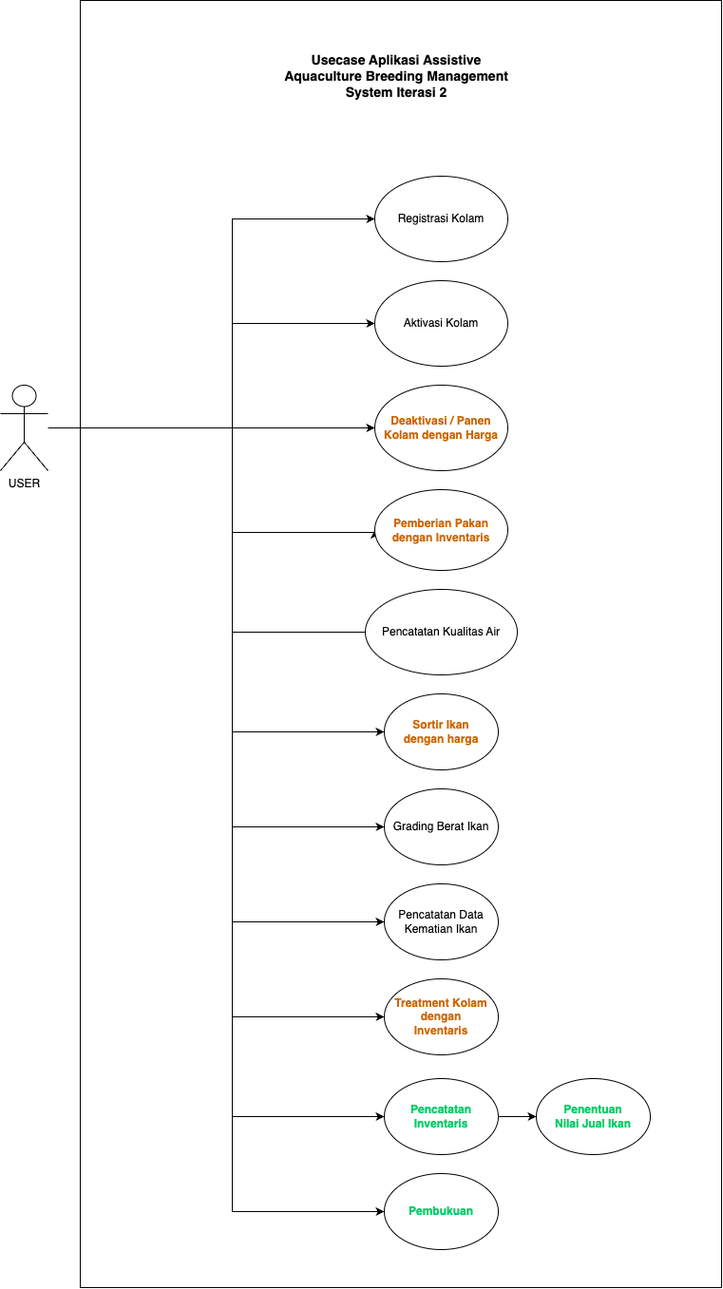
This is gambar/usecase_iterasi_2.png from MauL08/MyThesis, a draw.io export, as it was before one commit. Source tidied: cells renumbered, new cells last; positions are measured from the earlier drawing's top-left corner, leaving out a move shared by most shapes.
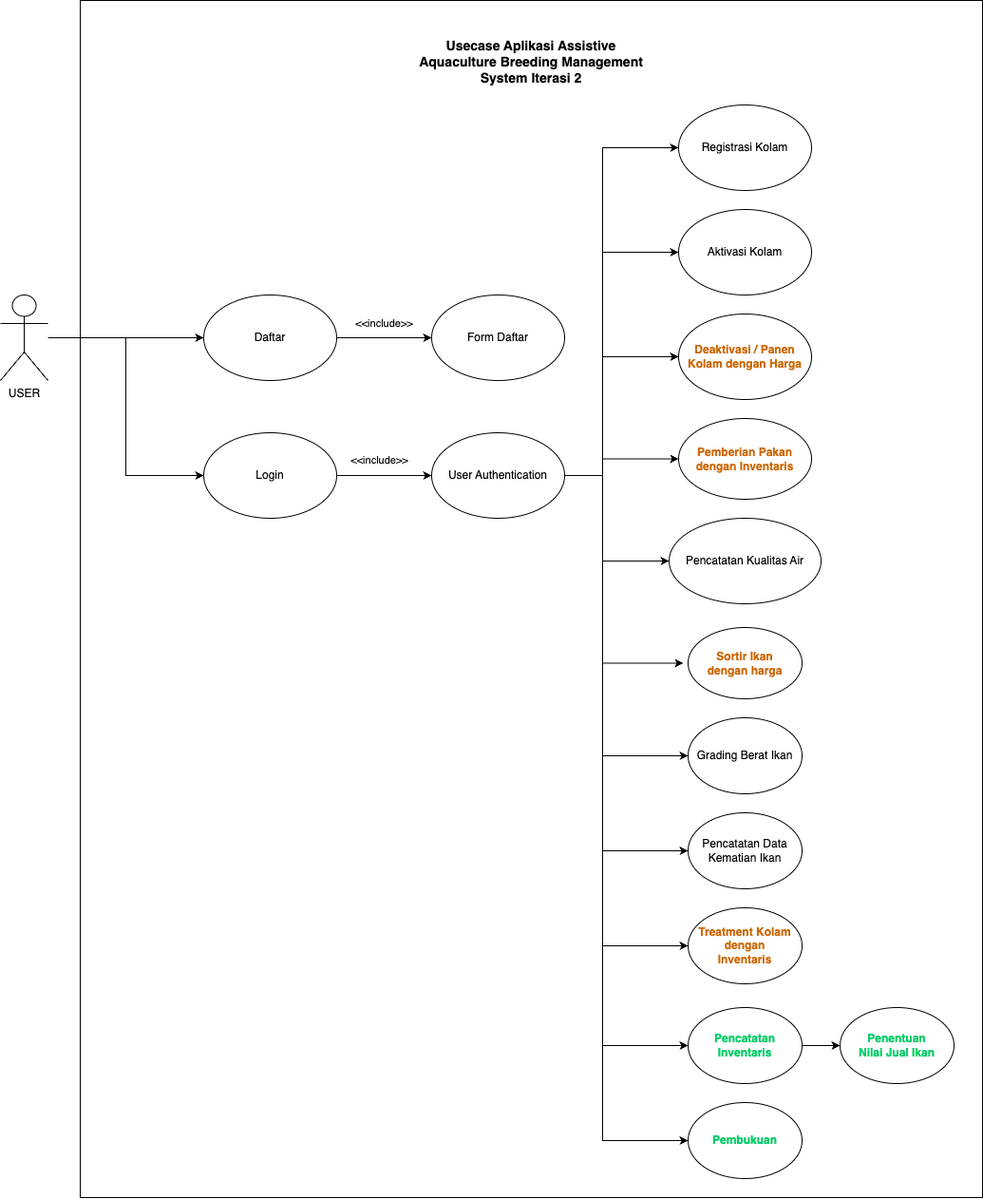
Above is the later version.

Commit message:
update use case

What changed in the source:
```diff
@@ -3,102 +3,17 @@
     <mxCell id="0" />
     <mxCell id="1" parent="0" />
     <mxCell id="2" style="rounded=0;whiteSpace=wrap;html=1;" parent="1" vertex="1">
-      <mxGeometry x="84" width="675" height="1355" as="geometry" />
+      <mxGeometry x="-236" y="75" width="950" height="1260" as="geometry" />
     </mxCell>
-    <mxCell id="3" style="edgeStyle=orthogonalEdgeStyle;rounded=0;jettySize=auto;html=1;entryX=0;entryY=0.5;entryDx=0;entryDy=0;" parent="1" edge="1" source="7" target="23">
-      <mxGeometry relative="1" as="geometry">
-        <Array as="points">
-          <mxPoint x="244" y="450" />
-          <mxPoint x="244" y="1175" />
-        </Array>
-      </mxGeometry>
-    </mxCell>
-    <mxCell id="4" style="edgeStyle=orthogonalEdgeStyle;rounded=0;jettySize=auto;html=1;entryX=0;entryY=0.5;entryDx=0;entryDy=0;" parent="1" edge="1" source="7" target="25">
-      <mxGeometry relative="1" as="geometry">
-        <Array as="points">
-          <mxPoint x="244" y="450" />
-          <mxPoint x="244" y="340" />
-        </Array>
-      </mxGeometry>
-    </mxCell>
-    <mxCell id="5" style="edgeStyle=orthogonalEdgeStyle;rounded=0;jettySize=auto;html=1;entryX=0;entryY=0.5;entryDx=0;entryDy=0;" parent="1" edge="1" source="7" target="26">
-      <mxGeometry relative="1" as="geometry">
-        <Array as="points">
-          <mxPoint x="244" y="450" />
-          <mxPoint x="244" y="230" />
-        </Array>
-      </mxGeometry>
-    </mxCell>
-    <mxCell id="6" style="edgeStyle=orthogonalEdgeStyle;rounded=0;jettySize=auto;html=1;entryX=0;entryY=0.5;entryDx=0;entryDy=0;" parent="1" edge="1" source="7" target="27">
-      <mxGeometry relative="1" as="geometry">
-        <Array as="points">
-          <mxPoint x="244" y="450" />
-          <mxPoint x="244" y="1275" />
-        </Array>
-      </mxGeometry>
-    </mxCell>
+    <mxCell id="29" style="edgeStyle=orthogonalEdgeStyle;rounded=0;jettySize=auto;html=1;" parent="1" edge="1" source="7" target="44">
+      <mxGeometry relative="1" as="geometry" />
+    </mxCell>
+    <mxCell id="30" style="edgeStyle=orthogonalEdgeStyle;rounded=0;jettySize=auto;html=1;entryX=0;entryY=0.5;entryDx=0;entryDy=0;" parent="1" edge="1" source="7" target="48">
+      <mxGeometry relative="1" as="geometry" />
+    </mxCell>
     <mxCell id="7" value="USER" style="shape=umlActor;verticalLabelPosition=bottom;verticalAlign=top;html=1;outlineConnect=0;" parent="1" vertex="1">
-      <mxGeometry y="405" width="50" height="90" as="geometry" />
+      <mxGeometry x="-320" y="385" width="50" height="90" as="geometry" />
     </mxCell>
-    <mxCell id="8" style="edgeStyle=orthogonalEdgeStyle;rounded=0;jettySize=auto;html=1;" parent="1" edge="1" target="15">
-      <mxGeometry relative="1" as="geometry">
-        <mxPoint x="327" y="450" as="sourcePoint" />
-      </mxGeometry>
-    </mxCell>
-    <mxCell id="9" style="edgeStyle=orthogonalEdgeStyle;rounded=0;jettySize=auto;html=1;entryX=0;entryY=0.5;entryDx=0;entryDy=0;" parent="1" edge="1" target="16">
-      <mxGeometry relative="1" as="geometry">
-        <mxPoint x="327" y="450" as="sourcePoint" />
-        <Array as="points">
-          <mxPoint x="244" y="450" />
-          <mxPoint x="244" y="560" />
-        </Array>
-      </mxGeometry>
-    </mxCell>
-    <mxCell id="10" style="edgeStyle=orthogonalEdgeStyle;rounded=0;jettySize=auto;html=1;entryX=0;entryY=0.5;entryDx=0;entryDy=0;" parent="1" edge="1" target="21">
-      <mxGeometry relative="1" as="geometry">
-        <mxPoint x="327" y="450" as="sourcePoint" />
-        <Array as="points">
-          <mxPoint x="244" y="450" />
-          <mxPoint x="244" y="770" />
-        </Array>
-      </mxGeometry>
-    </mxCell>
-    <mxCell id="11" style="edgeStyle=orthogonalEdgeStyle;rounded=0;jettySize=auto;html=1;entryX=0;entryY=0.5;entryDx=0;entryDy=0;" parent="1" edge="1" target="17">
-      <mxGeometry relative="1" as="geometry">
-        <mxPoint x="327" y="450" as="sourcePoint" />
-        <Array as="points">
-          <mxPoint x="244" y="450" />
-          <mxPoint x="244" y="870" />
-        </Array>
-      </mxGeometry>
-    </mxCell>
-    <mxCell id="12" style="edgeStyle=orthogonalEdgeStyle;rounded=0;jettySize=auto;html=1;entryX=0;entryY=0.5;entryDx=0;entryDy=0;" parent="1" edge="1" target="18">
-      <mxGeometry relative="1" as="geometry">
-        <mxPoint x="327" y="450" as="sourcePoint" />
-        <Array as="points">
-          <mxPoint x="244" y="450" />
-          <mxPoint x="244" y="970" />
-        </Array>
-      </mxGeometry>
-    </mxCell>
-    <mxCell id="13" style="edgeStyle=orthogonalEdgeStyle;rounded=0;jettySize=auto;html=1;entryX=0;entryY=0.5;entryDx=0;entryDy=0;" parent="1" edge="1" target="20">
-      <mxGeometry relative="1" as="geometry">
-        <mxPoint x="327" y="450" as="sourcePoint" />
-        <Array as="points">
-          <mxPoint x="244" y="450" />
-          <mxPoint x="244" y="1070" />
-        </Array>
-      </mxGeometry>
-    </mxCell>
-    <mxCell id="14" style="edgeStyle=orthogonalEdgeStyle;rounded=0;jettySize=auto;html=1;entryX=0;entryY=0.5;entryDx=0;entryDy=0;" parent="1" edge="1" source="7">
-      <mxGeometry relative="1" as="geometry">
-        <mxPoint x="450" y="665" as="targetPoint" />
-        <Array as="points">
-          <mxPoint x="244" y="450" />
-          <mxPoint x="244" y="665" />
-        </Array>
-      </mxGeometry>
-    </mxCell>
     <mxCell id="15" value="&lt;b&gt;&lt;font color=&quot;#cc6600&quot;&gt;Deaktivasi / Panen &lt;br&gt;Kolam dengan Harga&lt;/font&gt;&lt;/b&gt;" style="ellipse;whiteSpace=wrap;html=1;" parent="1" vertex="1">
       <mxGeometry x="394" y="405" width="140" height="90" as="geometry" />
     </mxCell>
@@ -118,7 +33,7 @@
       <mxGeometry x="404" y="1030" width="120" height="80" as="geometry" />
     </mxCell>
     <mxCell id="21" value="&lt;b&gt;&lt;font color=&quot;#cc6600&quot;&gt;Sortir Ikan&lt;br&gt;dengan harga&lt;/font&gt;&lt;/b&gt;" style="ellipse;whiteSpace=wrap;html=1;" parent="1" vertex="1">
-      <mxGeometry x="404" y="730" width="120" height="80" as="geometry" />
+      <mxGeometry x="404" y="735" width="120" height="75" as="geometry" />
     </mxCell>
     <mxCell id="22" style="edgeStyle=orthogonalEdgeStyle;rounded=0;jettySize=auto;html=1;entryX=0;entryY=0.5;entryDx=0;entryDy=0;" parent="1" edge="1" source="23" target="28">
       <mxGeometry relative="1" as="geometry" />
@@ -127,7 +42,7 @@
       <mxGeometry x="404" y="1135" width="120" height="80" as="geometry" />
     </mxCell>
     <mxCell id="24" value="&lt;font style=&quot;font-size: 14px;&quot;&gt;&lt;b&gt;Usecase Aplikasi Assistive Aquaculture Breeding Management System Iterasi 2&lt;br&gt;&lt;/b&gt;&lt;/font&gt;" style="text;html=1;strokeColor=none;fillColor=none;align=center;verticalAlign=middle;whiteSpace=wrap;rounded=0;" parent="1" vertex="1">
-      <mxGeometry x="296.5" y="65" width="240" height="30" as="geometry" />
+      <mxGeometry x="119" y="125" width="240" height="30" as="geometry" />
     </mxCell>
     <mxCell id="25" value="Aktivasi Kolam" style="ellipse;whiteSpace=wrap;html=1;" parent="1" vertex="1">
       <mxGeometry x="394" y="295" width="140" height="90" as="geometry" />
@@ -141,5 +56,119 @@
     <mxCell id="28" value="Penentuan&lt;br&gt;Nilai Jual Ikan" style="ellipse;whiteSpace=wrap;html=1;fontStyle=1;fontColor=#00CC66;" parent="1" vertex="1">
       <mxGeometry x="564" y="1135" width="120" height="80" as="geometry" />
     </mxCell>
+    <mxCell id="31" style="edgeStyle=orthogonalEdgeStyle;rounded=0;jettySize=auto;html=1;entryX=0;entryY=0.5;entryDx=0;entryDy=0;" parent="1" edge="1" source="42" target="26">
+      <mxGeometry relative="1" as="geometry">
+        <Array as="points">
+          <mxPoint x="314" y="575" />
+          <mxPoint x="314" y="230" />
+        </Array>
+      </mxGeometry>
+    </mxCell>
+    <mxCell id="32" style="edgeStyle=orthogonalEdgeStyle;rounded=0;jettySize=auto;html=1;entryX=0;entryY=0.5;entryDx=0;entryDy=0;" parent="1" edge="1" source="42" target="25">
+      <mxGeometry relative="1" as="geometry">
+        <Array as="points">
+          <mxPoint x="314" y="575" />
+          <mxPoint x="314" y="340" />
+        </Array>
+      </mxGeometry>
+    </mxCell>
+    <mxCell id="33" style="edgeStyle=orthogonalEdgeStyle;rounded=0;jettySize=auto;html=1;entryX=0;entryY=0.5;entryDx=0;entryDy=0;" parent="1" edge="1" source="42" target="15">
+      <mxGeometry relative="1" as="geometry">
+        <Array as="points">
+          <mxPoint x="314" y="575" />
+          <mxPoint x="314" y="450" />
+        </Array>
+      </mxGeometry>
+    </mxCell>
+    <mxCell id="34" style="edgeStyle=orthogonalEdgeStyle;rounded=0;jettySize=auto;html=1;entryX=0;entryY=0.5;entryDx=0;entryDy=0;" parent="1" edge="1" source="42" target="16">
+      <mxGeometry relative="1" as="geometry">
+        <Array as="points">
+          <mxPoint x="314" y="575" />
+          <mxPoint x="314" y="557" />
+        </Array>
+      </mxGeometry>
+    </mxCell>
+    <mxCell id="35" style="edgeStyle=orthogonalEdgeStyle;rounded=0;jettySize=auto;html=1;entryX=0;entryY=0.5;entryDx=0;entryDy=0;" parent="1" edge="1" target="19">
+      <mxGeometry relative="1" as="geometry">
+        <mxPoint x="219" y="575" as="sourcePoint" />
+        <Array as="points">
+          <mxPoint x="314" y="575" />
+          <mxPoint x="314" y="665" />
+        </Array>
+      </mxGeometry>
+    </mxCell>
+    <mxCell id="36" style="edgeStyle=orthogonalEdgeStyle;rounded=0;orthogonalLoop=1;jettySize=auto;html=1;entryX=0;entryY=0.5;entryDx=0;entryDy=0;" parent="1" edge="1">
+      <mxGeometry relative="1" as="geometry">
+        <mxPoint x="219" y="575" as="sourcePoint" />
+        <mxPoint x="399" y="772.5" as="targetPoint" />
+        <Array as="points">
+          <mxPoint x="314" y="575" />
+          <mxPoint x="314" y="772" />
+        </Array>
+      </mxGeometry>
+    </mxCell>
+    <mxCell id="37" style="edgeStyle=orthogonalEdgeStyle;rounded=0;jettySize=auto;html=1;entryX=0;entryY=0.5;entryDx=0;entryDy=0;" parent="1" edge="1" source="42" target="17">
+      <mxGeometry relative="1" as="geometry">
+        <Array as="points">
+          <mxPoint x="314" y="575" />
+          <mxPoint x="314" y="870" />
+        </Array>
+      </mxGeometry>
+    </mxCell>
+    <mxCell id="38" style="edgeStyle=orthogonalEdgeStyle;rounded=0;jettySize=auto;html=1;entryX=0;entryY=0.5;entryDx=0;entryDy=0;" parent="1" edge="1" source="42" target="18">
+      <mxGeometry relative="1" as="geometry">
+        <Array as="points">
+          <mxPoint x="314" y="575" />
+          <mxPoint x="314" y="970" />
+        </Array>
+      </mxGeometry>
+    </mxCell>
+    <mxCell id="39" style="edgeStyle=orthogonalEdgeStyle;rounded=0;jettySize=auto;html=1;entryX=0;entryY=0.5;entryDx=0;entryDy=0;" parent="1" edge="1" source="42" target="20">
+      <mxGeometry relative="1" as="geometry">
+        <Array as="points">
+          <mxPoint x="314" y="575" />
+          <mxPoint x="314" y="1070" />
+        </Array>
+      </mxGeometry>
+    </mxCell>
+    <mxCell id="40" style="edgeStyle=orthogonalEdgeStyle;rounded=0;jettySize=auto;html=1;entryX=0;entryY=0.5;entryDx=0;entryDy=0;" parent="1" edge="1" source="42" target="23">
+      <mxGeometry relative="1" as="geometry">
+        <Array as="points">
+          <mxPoint x="314" y="575" />
+          <mxPoint x="314" y="1175" />
+        </Array>
+      </mxGeometry>
+    </mxCell>
+    <mxCell id="41" style="edgeStyle=orthogonalEdgeStyle;rounded=0;jettySize=auto;html=1;entryX=0;entryY=0.5;entryDx=0;entryDy=0;" parent="1" edge="1" source="42" target="27">
+      <mxGeometry relative="1" as="geometry">
+        <Array as="points">
+          <mxPoint x="314" y="575" />
+          <mxPoint x="314" y="1275" />
+        </Array>
+      </mxGeometry>
+    </mxCell>
+    <mxCell id="42" value="User Authentication" style="ellipse;whiteSpace=wrap;html=1;" parent="1" vertex="1">
+      <mxGeometry x="134" y="530" width="140" height="90" as="geometry" />
+    </mxCell>
+    <mxCell id="43" value="&amp;lt;&amp;lt;include&amp;gt;&amp;gt;" style="edgeStyle=orthogonalEdgeStyle;rounded=0;jettySize=auto;html=1;" parent="1" edge="1" source="44" target="45">
+      <mxGeometry y="15" relative="1" as="geometry" />
+    </mxCell>
+    <mxCell id="44" value="Daftar" style="ellipse;whiteSpace=wrap;html=1;" parent="1" vertex="1">
+      <mxGeometry x="-106" y="385" width="140" height="90" as="geometry" />
+    </mxCell>
+    <mxCell id="45" value="Form Daftar" style="ellipse;whiteSpace=wrap;html=1;" parent="1" vertex="1">
+      <mxGeometry x="134" y="385" width="140" height="90" as="geometry" />
+    </mxCell>
+    <mxCell id="46" style="edgeStyle=orthogonalEdgeStyle;rounded=0;jettySize=auto;html=1;" parent="1" edge="1" source="48" target="42">
+      <mxGeometry relative="1" as="geometry" />
+    </mxCell>
+    <mxCell id="47" value="&amp;lt;&amp;lt;include&amp;gt;&amp;gt;" style="edgeLabel;html=1;align=center;verticalAlign=middle;" parent="46" vertex="1">
+      <mxGeometry x="-0.37" y="2" relative="1" as="geometry">
+        <mxPoint x="13" y="-15" as="offset" />
+      </mxGeometry>
+    </mxCell>
+    <mxCell id="48" value="Login" style="ellipse;whiteSpace=wrap;html=1;" parent="1" vertex="1">
+      <mxGeometry x="-106" y="530" width="140" height="90" as="geometry" />
+    </mxCell>
   </root>
 </mxGraphModel>
```
